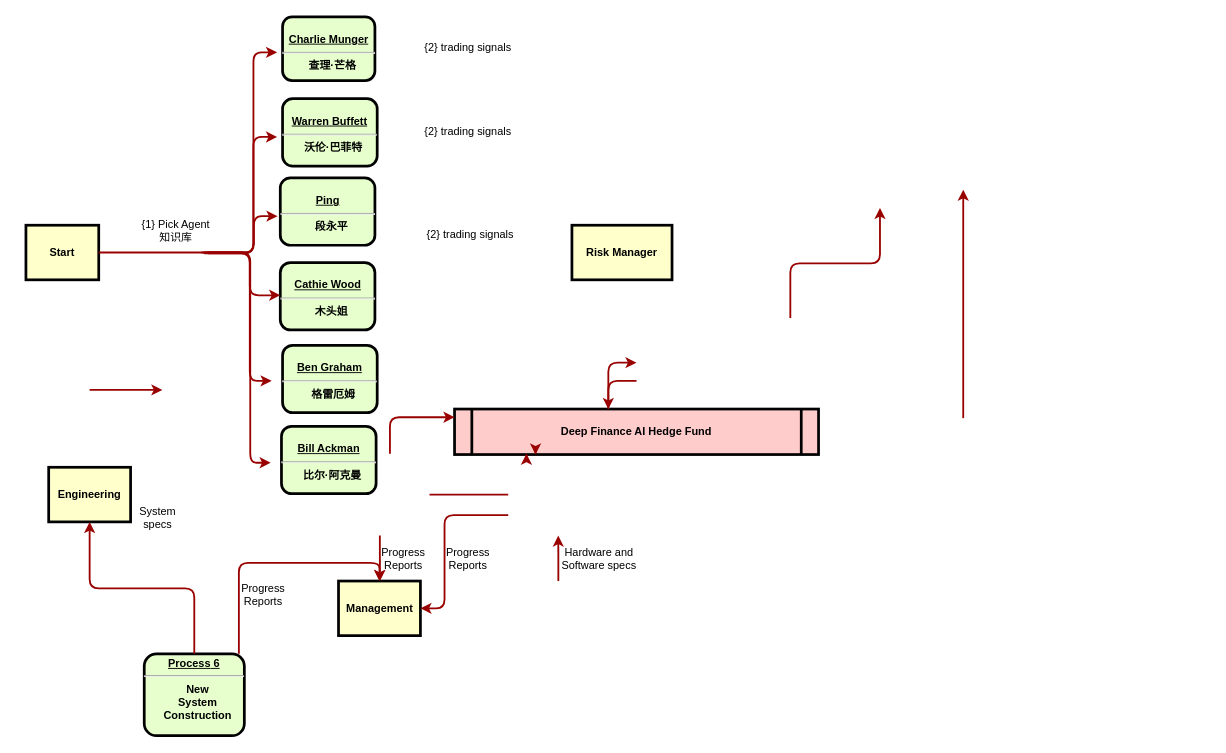
The draw.io diagram DeepFinance EG.drawio in fanlongtao123/wechat-tutorial, before the edit. Source tidied: cells renumbered, new cells numbered last; positions are measured from the earlier drawing's top-left corner, leaving out a move shared by most shapes. Both pictures are drawn from the tidied source at 91%, with x=0, y=0 at pixel (25, 16).
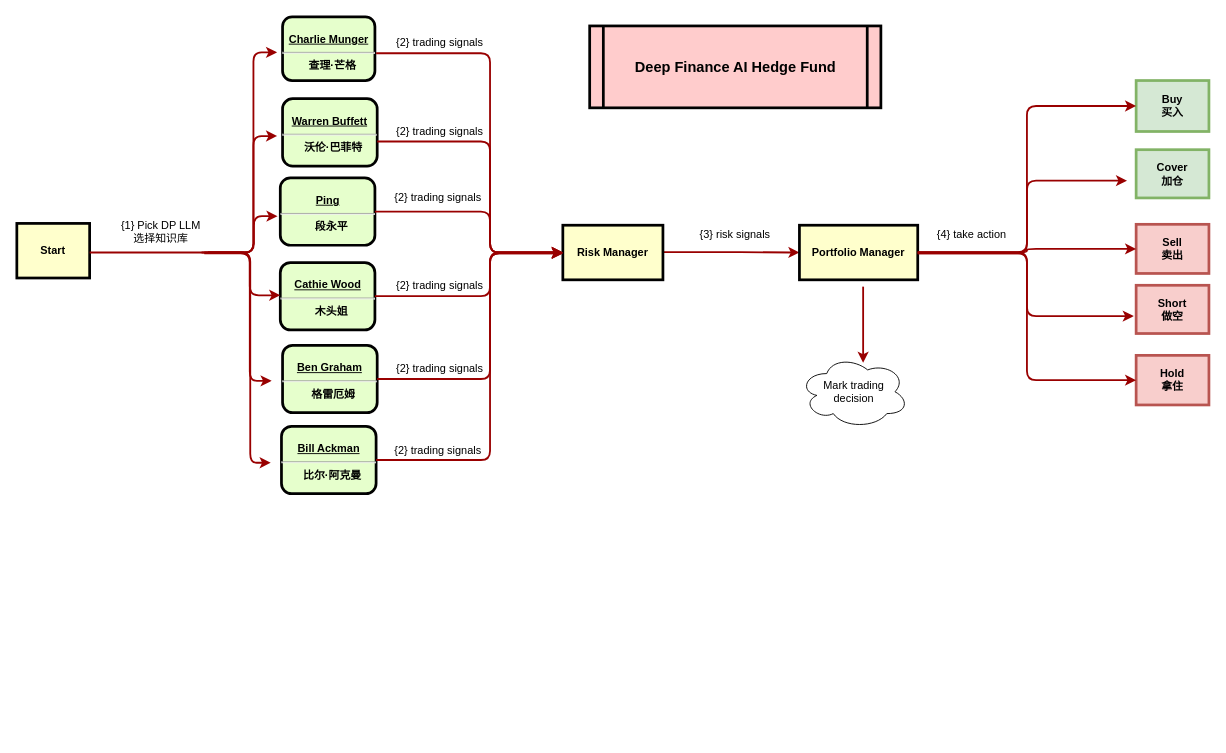
After the change.

The change refers to these unchanged cells:
```xml
<mxCell id="31" value="&lt;p style=&quot;margin: 4px 0px 0px; text-align: center;&quot;&gt;&lt;u&gt;&lt;br&gt;Ping&lt;/u&gt;&lt;/p&gt;&lt;hr&gt;&lt;p style=&quot;margin: 0px; margin-left: 8px;&quot;&gt;段永平&lt;/p&gt;" style="verticalAlign=middle;align=center;overflow=fill;fontSize=12;fontFamily=Helvetica;html=1;rounded=1;fontStyle=1;strokeWidth=3;fillColor=#E6FFCC;" parent="1" vertex="1">
  <mxGeometry x="279.5" y="177" width="104" height="74" as="geometry" />
</mxCell>
<mxCell id="32" value="&lt;p style=&quot;margin: 4px 0px 0px; text-align: center;&quot;&gt;&lt;u&gt;&lt;br&gt;Cathie Wood&lt;/u&gt;&lt;/p&gt;&lt;hr&gt;&lt;p style=&quot;margin: 0px; margin-left: 8px;&quot;&gt;木头姐&lt;/p&gt;" style="verticalAlign=middle;align=center;overflow=fill;fontSize=12;fontFamily=Helvetica;html=1;rounded=1;fontStyle=1;strokeWidth=3;fillColor=#E6FFCC;strokeColor=default;" parent="1" vertex="1">
  <mxGeometry x="279.5" y="270" width="104" height="74" as="geometry" />
</mxCell>
<mxCell id="33" value="&lt;p style=&quot;margin: 4px 0px 0px; text-align: center;&quot;&gt;&lt;u&gt;&lt;br&gt;Ben Graham&lt;/u&gt;&lt;/p&gt;&lt;hr&gt;&lt;p style=&quot;margin: 0px; margin-left: 8px;&quot;&gt;格雷厄姆&lt;/p&gt;" style="verticalAlign=middle;align=center;overflow=fill;fontSize=12;fontFamily=Helvetica;html=1;rounded=1;fontStyle=1;strokeWidth=3;fillColor=#E6FFCC;strokeColor=default;" parent="1" vertex="1">
  <mxGeometry x="282" y="361" width="104" height="74" as="geometry" />
</mxCell>
<mxCell id="34" value="&lt;p style=&quot;margin: 4px 0px 0px; text-align: center;&quot;&gt;&lt;u&gt;&lt;br&gt;Bill Ackman&lt;/u&gt;&lt;/p&gt;&lt;hr&gt;&lt;p style=&quot;margin: 0px; margin-left: 8px;&quot;&gt;比尔·阿克曼&lt;/p&gt;" style="verticalAlign=middle;align=center;overflow=fill;fontSize=12;fontFamily=Helvetica;html=1;rounded=1;fontStyle=1;strokeWidth=3;fillColor=#E6FFCC;strokeColor=default;" parent="1" vertex="1">
  <mxGeometry x="280.8" y="450" width="104" height="74" as="geometry" />
</mxCell>
```

Change to the diagram source:
```diff
@@
     <mxCell id="3" value="Start" style="whiteSpace=wrap;align=center;verticalAlign=middle;fontStyle=1;strokeWidth=3;fillColor=#FFFFCC;" parent="1" vertex="1">
-      <mxGeometry y="229" width="80" height="60" as="geometry" />
+      <mxGeometry x="-10" y="227" width="80" height="60" as="geometry" />
     </mxCell>
-    <mxCell id="4" value="Deep Finance AI Hedge Fund" style="shape=process;whiteSpace=wrap;align=center;verticalAlign=middle;size=0.0475;fontStyle=1;strokeWidth=3;fillColor=#FFCCCC;" parent="1" vertex="1">
-      <mxGeometry x="471" y="431" width="400" height="50" as="geometry" />
+    <mxCell id="4" value="Deep Finance AI Hedge Fund" style="shape=process;whiteSpace=wrap;align=center;verticalAlign=middle;size=0.0475;fontStyle=1;strokeWidth=3;fillColor=#FFCCCC;fontSize=16;" parent="1" vertex="1">
+      <mxGeometry x="619.5" y="10" width="320" height="90" as="geometry" />
     </mxCell>
-    <mxCell id="5" value="&lt;p style=&quot;margin: 0px; margin-top: 4px; text-align: center; text-decoration: underline;&quot;&gt;&lt;strong&gt;&lt;strong&gt;Process&lt;/strong&gt; 6&lt;br /&gt;&lt;/strong&gt;&lt;/p&gt;&lt;hr /&gt;&lt;p style=&quot;margin: 0px; margin-left: 8px;&quot;&gt;New&lt;/p&gt;&lt;p style=&quot;margin: 0px; margin-left: 8px;&quot;&gt;System&lt;/p&gt;&lt;p style=&quot;margin: 0px; margin-left: 8px;&quot;&gt;Construction&lt;/p&gt;" style="verticalAlign=middle;align=center;overflow=fill;fontSize=12;fontFamily=Helvetica;html=1;rounded=1;fontStyle=1;strokeWidth=3;fillColor=#E6FFCC;" parent="1" vertex="1">
-      <mxGeometry x="130" y="700" width="110" height="90" as="geometry" />
-    </mxCell>
-    <mxCell id="6" value="Management" style="whiteSpace=wrap;align=center;verticalAlign=middle;fontStyle=1;strokeWidth=3;fillColor=#FFFFCC;" parent="1" vertex="1">
-      <mxGeometry x="343.5" y="620" width="90" height="60" as="geometry" />
-    </mxCell>
-    <mxCell id="7" value="Engineering" style="whiteSpace=wrap;align=center;verticalAlign=middle;fontStyle=1;strokeWidth=3;fillColor=#FFFFCC;" parent="1" vertex="1">
-      <mxGeometry x="25" y="495" width="90" height="60" as="geometry" />
-    </mxCell>
-    <mxCell id="8" style="endArrow=none;noEdgeStyle=1;strokeColor=#990000;strokeWidth=2;" parent="1" edge="1">
-      <mxGeometry relative="1" as="geometry">
-        <mxPoint x="530" y="525" as="sourcePoint" />
-        <mxPoint x="443.5" y="525" as="targetPoint" />
-      </mxGeometry>
-    </mxCell>
-    <mxCell id="9" value="{1} Pick Agent&#10;知识库" style="text;spacingTop=-5;align=center;" parent="1" vertex="1">
-      <mxGeometry x="150" y="220" width="30" height="20" as="geometry" />
-    </mxCell>
-    <mxCell id="10" style="edgeStyle=elbowEdgeStyle;elbow=horizontal;strokeColor=#990000;strokeWidth=2;flowAnimation=0;" parent="1" edge="1">
+    <mxCell id="10" style="edgeStyle=elbowEdgeStyle;elbow=horizontal;strokeColor=#990000;strokeWidth=2;flowAnimation=1;" parent="1" edge="1">
       <mxGeometry relative="1" as="geometry">
         <mxPoint x="200" y="259" as="sourcePoint" />
         <mxPoint x="276" y="39" as="targetPoint" />
         <Array as="points">
           <mxPoint x="250" y="344" />
         </Array>
       </mxGeometry>
     </mxCell>
     <mxCell id="11" value="{2} trading signals" style="text;spacingTop=-5;align=center;" parent="1" vertex="1">
-      <mxGeometry x="471" y="25" width="30" height="20" as="geometry" />
+      <mxGeometry x="370" y="20" width="170" height="20" as="geometry" />
     </mxCell>
-    <mxCell id="12" style="edgeStyle=elbowEdgeStyle;elbow=vertical;entryX=0.25;entryY=1;strokeColor=#990000;strokeWidth=2;" parent="1" edge="1">
-      <mxGeometry relative="1" as="geometry">
-        <mxPoint x="840" y="331" as="sourcePoint" />
-        <mxPoint x="938.5" y="210" as="targetPoint" />
-      </mxGeometry>
-    </mxCell>
-    <mxCell id="13" style="edgeStyle=elbowEdgeStyle;elbow=horizontal;strokeColor=#990000;strokeWidth=2;" parent="1" edge="1">
-      <mxGeometry relative="1" as="geometry">
-        <mxPoint x="1030" y="441" as="sourcePoint" />
-        <mxPoint x="1030" y="190" as="targetPoint" />
-      </mxGeometry>
-    </mxCell>
-    <mxCell id="14" style="edgeStyle=elbowEdgeStyle;elbow=vertical;strokeColor=#990000;strokeWidth=2;" parent="1" edge="1" source="4">
-      <mxGeometry relative="1" as="geometry">
-        <mxPoint x="671" y="380" as="targetPoint" />
-        <Array as="points">
-          <mxPoint x="640" y="380" />
-        </Array>
-      </mxGeometry>
-    </mxCell>
-    <mxCell id="15" style="edgeStyle=elbowEdgeStyle;elbow=vertical;strokeColor=#990000;strokeWidth=2;" parent="1" edge="1" target="4">
-      <mxGeometry relative="1" as="geometry">
-        <mxPoint x="671" y="400" as="sourcePoint" />
-        <Array as="points">
-          <mxPoint x="640" y="400" />
-        </Array>
-      </mxGeometry>
-    </mxCell>
-    <mxCell id="16" style="edgeStyle=elbowEdgeStyle;elbow=horizontal;strokeColor=#990000;strokeWidth=2;" parent="1" edge="1" target="4">
-      <mxGeometry relative="1" as="geometry">
-        <mxPoint x="560" y="480" as="sourcePoint" />
-        <Array as="points">
-          <mxPoint x="560" y="440" />
-        </Array>
-      </mxGeometry>
-    </mxCell>
-    <mxCell id="17" style="edgeStyle=elbowEdgeStyle;elbow=horizontal;strokeColor=#990000;strokeWidth=2;" parent="1" edge="1" source="4">
-      <mxGeometry relative="1" as="geometry">
-        <mxPoint x="550" y="480" as="targetPoint" />
-        <Array as="points">
-          <mxPoint x="550" y="450" />
-        </Array>
-      </mxGeometry>
-    </mxCell>
-    <mxCell id="18" style="edgeStyle=elbowEdgeStyle;elbow=horizontal;strokeColor=#990000;strokeWidth=2;" parent="1" edge="1">
-      <mxGeometry relative="1" as="geometry">
-        <mxPoint x="585.1" y="620" as="sourcePoint" />
-        <mxPoint x="585.1" y="570" as="targetPoint" />
-      </mxGeometry>
-    </mxCell>
-    <mxCell id="19" value="Hardware and&#10;Software specs" style="text;spacingTop=-5;align=center;" parent="1" vertex="1">
-      <mxGeometry x="615" y="580" width="30" height="20" as="geometry" />
-    </mxCell>
-    <mxCell id="20" style="edgeStyle=elbowEdgeStyle;elbow=horizontal;exitX=0;exitY=0.75;strokeColor=#990000;strokeWidth=2;" parent="1" edge="1" target="6">
-      <mxGeometry relative="1" as="geometry">
-        <mxPoint x="530" y="547.5" as="sourcePoint" />
-        <Array as="points">
-          <mxPoint x="460" y="600" />
-        </Array>
-      </mxGeometry>
-    </mxCell>
-    <mxCell id="21" value="Progress&#10;Reports" style="text;spacingTop=-5;align=center;" parent="1" vertex="1">
-      <mxGeometry x="471" y="580" width="30" height="20" as="geometry" />
-    </mxCell>
-    <mxCell id="22" style="edgeStyle=elbowEdgeStyle;elbow=horizontal;strokeColor=#990000;strokeWidth=2;" parent="1" edge="1" target="6">
-      <mxGeometry relative="1" as="geometry">
-        <mxPoint x="388.9" y="570" as="sourcePoint" />
-      </mxGeometry>
-    </mxCell>
-    <mxCell id="23" value="Progress&#10;Reports" style="text;spacingTop=-5;align=center;" parent="1" vertex="1">
-      <mxGeometry x="400" y="580" width="30" height="20" as="geometry" />
-    </mxCell>
-    <mxCell id="24" style="edgeStyle=elbowEdgeStyle;elbow=horizontal;strokeColor=#990000;strokeWidth=2;" parent="1" edge="1" source="5" target="6">
-      <mxGeometry relative="1" as="geometry">
-        <Array as="points">
-          <mxPoint x="234" y="600" />
-        </Array>
-      </mxGeometry>
-    </mxCell>
-    <mxCell id="25" value="Progress&#10;Reports" style="text;spacingTop=-5;align=center;" parent="1" vertex="1">
-      <mxGeometry x="246" y="620" width="30" height="20" as="geometry" />
-    </mxCell>
-    <mxCell id="26" style="edgeStyle=elbowEdgeStyle;elbow=vertical;strokeColor=#990000;strokeWidth=2;" parent="1" edge="1" source="5" target="7">
-      <mxGeometry relative="1" as="geometry" />
-    </mxCell>
-    <mxCell id="27" style="edgeStyle=elbowEdgeStyle;elbow=horizontal;strokeColor=#990000;strokeWidth=2;" parent="1" edge="1" target="4">
-      <mxGeometry relative="1" as="geometry">
-        <mxPoint x="400" y="480" as="sourcePoint" />
-        <Array as="points">
-          <mxPoint x="400" y="440" />
-        </Array>
-      </mxGeometry>
-    </mxCell>
-    <mxCell id="28" value="System&#10;specs" style="text;spacingTop=-5;align=center;" parent="1" vertex="1">
-      <mxGeometry x="130" y="535" width="30" height="20" as="geometry" />
-    </mxCell>
@@
-    <mxCell id="30" style="edgeStyle=elbowEdgeStyle;elbow=horizontal;strokeColor=#990000;strokeWidth=2;entryX=0;entryY=0.5;entryDx=0;entryDy=0;flowAnimation=0;" parent="1" edge="1">
+    <mxCell id="30" style="edgeStyle=elbowEdgeStyle;elbow=horizontal;strokeColor=#990000;strokeWidth=2;entryX=0;entryY=0.5;entryDx=0;entryDy=0;flowAnimation=1;" parent="1" edge="1">
       <mxGeometry relative="1" as="geometry">
-        <mxPoint x="200" y="260" as="sourcePoint" />
-        <mxPoint x="276" y="132" as="targetPoint" />
+        <mxPoint x="200" y="259" as="sourcePoint" />
+        <mxPoint x="276" y="131" as="targetPoint" />
         <Array as="points">
-          <mxPoint x="250" y="345" />
-          <mxPoint x="250" y="215" />
+          <mxPoint x="250" y="344" />
+          <mxPoint x="250" y="214" />
         </Array>
       </mxGeometry>
     </mxCell>
@@
-    <mxCell id="35" style="edgeStyle=elbowEdgeStyle;elbow=horizontal;strokeColor=#990000;strokeWidth=2;entryX=0;entryY=0.5;entryDx=0;entryDy=0;flowAnimation=0;" parent="1" edge="1">
+    <mxCell id="35" style="edgeStyle=elbowEdgeStyle;elbow=horizontal;strokeColor=#990000;strokeWidth=2;entryX=0;entryY=0.5;entryDx=0;entryDy=0;flowAnimation=1;" parent="1" edge="1">
       <mxGeometry relative="1" as="geometry">
         <mxPoint x="193" y="259" as="sourcePoint" />
         <mxPoint x="276.5" y="219" as="targetPoint" />
         <Array as="points">
           <mxPoint x="250.5" y="432" />
           <mxPoint x="250.5" y="302" />
         </Array>
       </mxGeometry>
     </mxCell>
-    <mxCell id="36" style="edgeStyle=elbowEdgeStyle;elbow=horizontal;strokeColor=#990000;strokeWidth=2;flowAnimation=0;entryX=0;entryY=0.5;entryDx=0;entryDy=0;" parent="1" edge="1">
+    <mxCell id="36" style="edgeStyle=elbowEdgeStyle;elbow=horizontal;strokeColor=#990000;strokeWidth=2;flowAnimation=1;entryX=0;entryY=0.5;entryDx=0;entryDy=0;" parent="1" edge="1">
       <mxGeometry relative="1" as="geometry">
         <mxPoint x="196" y="259" as="sourcePoint" />
         <mxPoint x="279.5" y="306" as="targetPoint" />
         <Array as="points">
           <mxPoint x="246" y="344" />
           <mxPoint x="246" y="214" />
         </Array>
       </mxGeometry>
     </mxCell>
-    <mxCell id="37" style="edgeStyle=elbowEdgeStyle;elbow=horizontal;strokeColor=#990000;strokeWidth=2;flowAnimation=0;" parent="1" edge="1">
+    <mxCell id="37" style="edgeStyle=elbowEdgeStyle;elbow=horizontal;strokeColor=#990000;strokeWidth=2;flowAnimation=1;" parent="1" edge="1">
       <mxGeometry relative="1" as="geometry">
         <mxPoint x="196" y="260" as="sourcePoint" />
         <mxPoint x="270" y="400" as="targetPoint" />
         <Array as="points">
           <mxPoint x="246" y="345" />
           <mxPoint x="246" y="215" />
         </Array>
       </mxGeometry>
     </mxCell>
-    <mxCell id="38" style="edgeStyle=elbowEdgeStyle;elbow=horizontal;strokeColor=#990000;strokeWidth=2;flowAnimation=0;exitX=1;exitY=0.5;exitDx=0;exitDy=0;" parent="1" edge="1">
+    <mxCell id="38" style="edgeStyle=elbowEdgeStyle;elbow=horizontal;strokeColor=#990000;strokeWidth=2;flowAnimation=1;exitX=1;exitY=0.533;exitDx=0;exitDy=0;exitPerimeter=0;" parent="1" edge="1">
       <mxGeometry relative="1" as="geometry">
-        <mxPoint x="80" y="259" as="sourcePoint" />
+        <mxPoint x="70" y="259" as="sourcePoint" />
         <mxPoint x="269" y="490" as="targetPoint" />
         <Array as="points">
           <mxPoint x="246.5" y="345" />
           <mxPoint x="246.5" y="215" />
         </Array>
       </mxGeometry>
     </mxCell>
-    <mxCell id="39" style="edgeStyle=elbowEdgeStyle;elbow=horizontal;strokeColor=#990000;strokeWidth=2;" parent="1" edge="1">
+    <mxCell id="39" style="edgeStyle=elbowEdgeStyle;elbow=horizontal;strokeColor=#990000;strokeWidth=2;entryX=0;entryY=0.5;entryDx=0;entryDy=0;flowAnimation=1;" parent="1" edge="1" target="54">
       <mxGeometry relative="1" as="geometry">
-        <mxPoint x="70" y="410" as="sourcePoint" />
-        <mxPoint x="150" y="410" as="targetPoint" />
+        <mxPoint x="700" y="258.5" as="sourcePoint" />
       </mxGeometry>
     </mxCell>
     <mxCell id="40" value="{2} trading signals" style="text;spacingTop=-5;align=center;" parent="1" vertex="1">
-      <mxGeometry x="471" y="117" width="30" height="20" as="geometry" />
+      <mxGeometry x="440" y="117" width="30" height="20" as="geometry" />
     </mxCell>
     <mxCell id="41" value="Risk Manager" style="whiteSpace=wrap;align=center;verticalAlign=middle;fontStyle=1;strokeWidth=3;fillColor=#FFFFCC;" parent="1" vertex="1">
-      <mxGeometry x="600" y="229" width="110" height="60" as="geometry" />
+      <mxGeometry x="590" y="229" width="110" height="60" as="geometry" />
     </mxCell>
-    <mxCell id="42" value="{2} trading signals" style="text;spacingTop=-5;align=center;" parent="1" vertex="1">
-      <mxGeometry x="469" y="231" width="39" height="20" as="geometry" />
-    </mxCell>
+    <mxCell id="43" style="edgeStyle=elbowEdgeStyle;elbow=horizontal;strokeColor=#990000;strokeWidth=2;entryX=0;entryY=0.5;entryDx=0;entryDy=0;flowAnimation=1;" parent="1" edge="1" target="41">
+      <mxGeometry relative="1" as="geometry">
+        <mxPoint x="384.8" y="40" as="sourcePoint" />
+        <Array as="points">
+          <mxPoint x="510" y="150" />
+        </Array>
+      </mxGeometry>
+    </mxCell>
+    <mxCell id="44" style="edgeStyle=elbowEdgeStyle;elbow=horizontal;strokeColor=#990000;strokeWidth=2;entryX=0;entryY=0.5;entryDx=0;entryDy=0;exitX=1;exitY=0.5;exitDx=0;exitDy=0;flowAnimation=1;" parent="1" edge="1" target="41">
+      <mxGeometry relative="1" as="geometry">
+        <mxPoint x="386" y="137" as="sourcePoint" />
+        <Array as="points">
+          <mxPoint x="510" y="200" />
+        </Array>
+      </mxGeometry>
+    </mxCell>
+    <mxCell id="45" style="edgeStyle=elbowEdgeStyle;elbow=horizontal;strokeColor=#990000;strokeWidth=2;entryX=0;entryY=0.5;entryDx=0;entryDy=0;exitX=1;exitY=0.5;exitDx=0;exitDy=0;flowAnimation=1;" parent="1" edge="1" source="31" target="41">
+      <mxGeometry relative="1" as="geometry">
+        <Array as="points">
+          <mxPoint x="510" y="250" />
+        </Array>
+      </mxGeometry>
+    </mxCell>
+    <mxCell id="46" style="edgeStyle=elbowEdgeStyle;elbow=horizontal;strokeColor=#990000;strokeWidth=2;exitX=1;exitY=0.5;exitDx=0;exitDy=0;entryX=0;entryY=0.5;entryDx=0;entryDy=0;flowAnimation=1;" parent="1" edge="1" source="32" target="41">
+      <mxGeometry relative="1" as="geometry">
+        <Array as="points">
+          <mxPoint x="510" y="290" />
+        </Array>
+      </mxGeometry>
+    </mxCell>
+    <mxCell id="47" style="edgeStyle=elbowEdgeStyle;elbow=horizontal;strokeColor=#990000;strokeWidth=2;exitX=1;exitY=0.5;exitDx=0;exitDy=0;flowAnimation=1;" parent="1" edge="1" source="33">
+      <mxGeometry relative="1" as="geometry">
+        <mxPoint x="590" y="260" as="targetPoint" />
+        <Array as="points">
+          <mxPoint x="510" y="330" />
+        </Array>
+      </mxGeometry>
+    </mxCell>
+    <mxCell id="48" style="edgeStyle=elbowEdgeStyle;elbow=horizontal;strokeColor=#990000;strokeWidth=2;exitX=1;exitY=0.5;exitDx=0;exitDy=0;flowAnimation=1;" parent="1" edge="1" source="34">
+      <mxGeometry relative="1" as="geometry">
+        <mxPoint x="590" y="260" as="targetPoint" />
+        <Array as="points">
+          <mxPoint x="510" y="380" />
+        </Array>
+      </mxGeometry>
+    </mxCell>
+    <mxCell id="49" value="{2} trading signals" style="text;spacingTop=-5;align=center;" parent="1" vertex="1">
+      <mxGeometry x="433.5" y="190" width="39" height="20" as="geometry" />
+    </mxCell>
+    <mxCell id="50" value="{2} trading signals" style="text;spacingTop=-5;align=center;" parent="1" vertex="1">
+      <mxGeometry x="435.5" y="287" width="39" height="20" as="geometry" />
+    </mxCell>
+    <mxCell id="51" value="{2} trading signals" style="text;spacingTop=-5;align=center;" parent="1" vertex="1">
+      <mxGeometry x="435.5" y="378" width="39" height="20" as="geometry" />
+    </mxCell>
+    <mxCell id="52" value="{2} trading signals" style="text;spacingTop=-5;align=center;" parent="1" vertex="1">
+      <mxGeometry x="433.5" y="468" width="39" height="20" as="geometry" />
+    </mxCell>
+    <mxCell id="53" value="{3} risk signals" style="text;spacingTop=-5;align=center;" parent="1" vertex="1">
+      <mxGeometry x="760" y="231" width="39" height="20" as="geometry" />
+    </mxCell>
+    <mxCell id="54" value="Portfolio Manager" style="whiteSpace=wrap;align=center;verticalAlign=middle;fontStyle=1;strokeWidth=3;fillColor=#FFFFCC;" parent="1" vertex="1">
+      <mxGeometry x="850" y="229" width="130" height="60" as="geometry" />
+    </mxCell>
+    <mxCell id="55" value="Buy&#10;买入" style="whiteSpace=wrap;align=center;verticalAlign=middle;fontStyle=1;strokeWidth=3;fillColor=#d5e8d4;strokeColor=#82b366;" parent="1" vertex="1">
+      <mxGeometry x="1220" y="70" width="80" height="56" as="geometry" />
+    </mxCell>
+    <mxCell id="56" value="Cover&#10;加仓" style="whiteSpace=wrap;align=center;verticalAlign=middle;fontStyle=1;strokeWidth=3;fillColor=#d5e8d4;strokeColor=#82b366;" parent="1" vertex="1">
+      <mxGeometry x="1220" y="146" width="80" height="53" as="geometry" />
+    </mxCell>
+    <mxCell id="57" value="Sell&#10;卖出" style="whiteSpace=wrap;align=center;verticalAlign=middle;fontStyle=1;strokeWidth=3;fillColor=#f8cecc;strokeColor=#b85450;" parent="1" vertex="1">
+      <mxGeometry x="1220" y="228" width="80" height="54" as="geometry" />
+    </mxCell>
+    <mxCell id="58" value="Short&#10;做空" style="whiteSpace=wrap;align=center;verticalAlign=middle;fontStyle=1;strokeWidth=3;fillColor=#f8cecc;strokeColor=#b85450;" parent="1" vertex="1">
+      <mxGeometry x="1220" y="295" width="80" height="53" as="geometry" />
+    </mxCell>
+    <mxCell id="59" value="Hold&#10;拿住" style="whiteSpace=wrap;align=center;verticalAlign=middle;fontStyle=1;strokeWidth=3;fillColor=#f8cecc;strokeColor=#b85450;" parent="1" vertex="1">
+      <mxGeometry x="1220" y="372" width="80" height="54.5" as="geometry" />
+    </mxCell>
+    <mxCell id="60" value="{4} take action" style="text;spacingTop=-5;align=center;" parent="1" vertex="1">
+      <mxGeometry x="1020" y="231" width="39" height="20" as="geometry" />
+    </mxCell>
+    <mxCell id="61" style="edgeStyle=elbowEdgeStyle;elbow=horizontal;strokeColor=#990000;strokeWidth=2;exitX=1;exitY=0.5;exitDx=0;exitDy=0;entryX=0;entryY=0.5;entryDx=0;entryDy=0;flowAnimation=1;" parent="1" edge="1" source="54" target="57">
+      <mxGeometry relative="1" as="geometry" />
+    </mxCell>
+    <mxCell id="62" style="edgeStyle=elbowEdgeStyle;elbow=horizontal;strokeColor=#990000;strokeWidth=2;exitX=1;exitY=0.5;exitDx=0;exitDy=0;entryX=0;entryY=0.5;entryDx=0;entryDy=0;flowAnimation=1;" parent="1" edge="1" target="55">
+      <mxGeometry relative="1" as="geometry">
+        <mxPoint x="980" y="258.5" as="sourcePoint" />
+      </mxGeometry>
+    </mxCell>
+    <mxCell id="63" style="edgeStyle=elbowEdgeStyle;elbow=horizontal;strokeColor=#990000;strokeWidth=2;flowAnimation=1;" parent="1" edge="1">
+      <mxGeometry relative="1" as="geometry">
+        <mxPoint x="980" y="260" as="sourcePoint" />
+        <mxPoint x="1210" y="180" as="targetPoint" />
+        <Array as="points">
+          <mxPoint x="1100" y="220" />
+        </Array>
+      </mxGeometry>
+    </mxCell>
+    <mxCell id="64" style="edgeStyle=elbowEdgeStyle;elbow=horizontal;strokeColor=#990000;strokeWidth=2;exitX=1;exitY=0.5;exitDx=0;exitDy=0;entryX=-0.032;entryY=0.639;entryDx=0;entryDy=0;entryPerimeter=0;flowAnimation=1;" parent="1" edge="1" source="54" target="58">
+      <mxGeometry relative="1" as="geometry">
+        <Array as="points">
+          <mxPoint x="1100" y="300" />
+        </Array>
+      </mxGeometry>
+    </mxCell>
+    <mxCell id="65" style="edgeStyle=elbowEdgeStyle;elbow=horizontal;strokeColor=#990000;strokeWidth=2;entryX=0;entryY=0.5;entryDx=0;entryDy=0;flowAnimation=1;" parent="1" edge="1" target="59">
+      <mxGeometry relative="1" as="geometry">
+        <mxPoint x="980" y="260" as="sourcePoint" />
+        <Array as="points">
+          <mxPoint x="1100" y="300" />
+        </Array>
+      </mxGeometry>
+    </mxCell>
+    <mxCell id="66" value="Mark trading&lt;br&gt;decision" style="ellipse;shape=cloud;whiteSpace=wrap;html=1;" parent="1" vertex="1">
+      <mxGeometry x="850" y="372" width="120" height="80" as="geometry" />
+    </mxCell>
+    <mxCell id="67" style="edgeStyle=elbowEdgeStyle;elbow=horizontal;strokeColor=#990000;strokeWidth=2;entryX=0.582;entryY=0.102;entryDx=0;entryDy=0;entryPerimeter=0;flowAnimation=1;" parent="1" edge="1" target="66">
+      <mxGeometry relative="1" as="geometry">
+        <mxPoint x="920" y="296.5" as="sourcePoint" />
+      </mxGeometry>
+    </mxCell>
+    <mxCell id="68" value="{1} Pick DP LLM&#10;选择知识库" style="text;spacingTop=-5;align=center;" parent="1" vertex="1">
+      <mxGeometry x="129" y="221" width="39" height="20" as="geometry" />
+    </mxCell>
```
